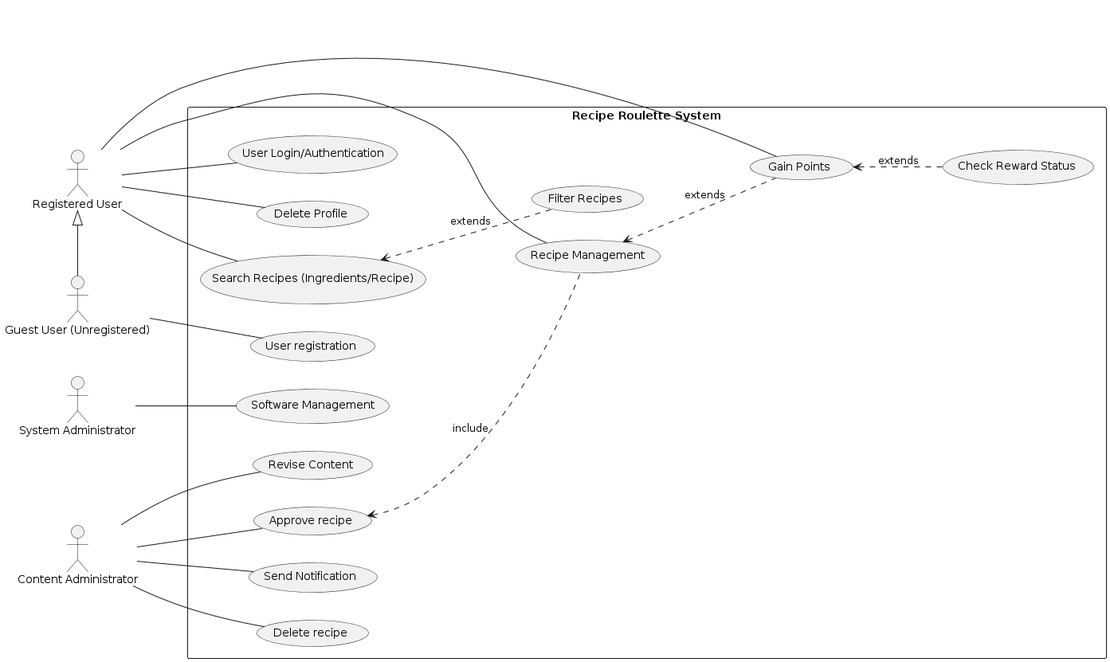
Earlier version of the PlantUML export DIAGRAMS/usecasediagram.png (carmensat/RECIPE-ROULETTE).
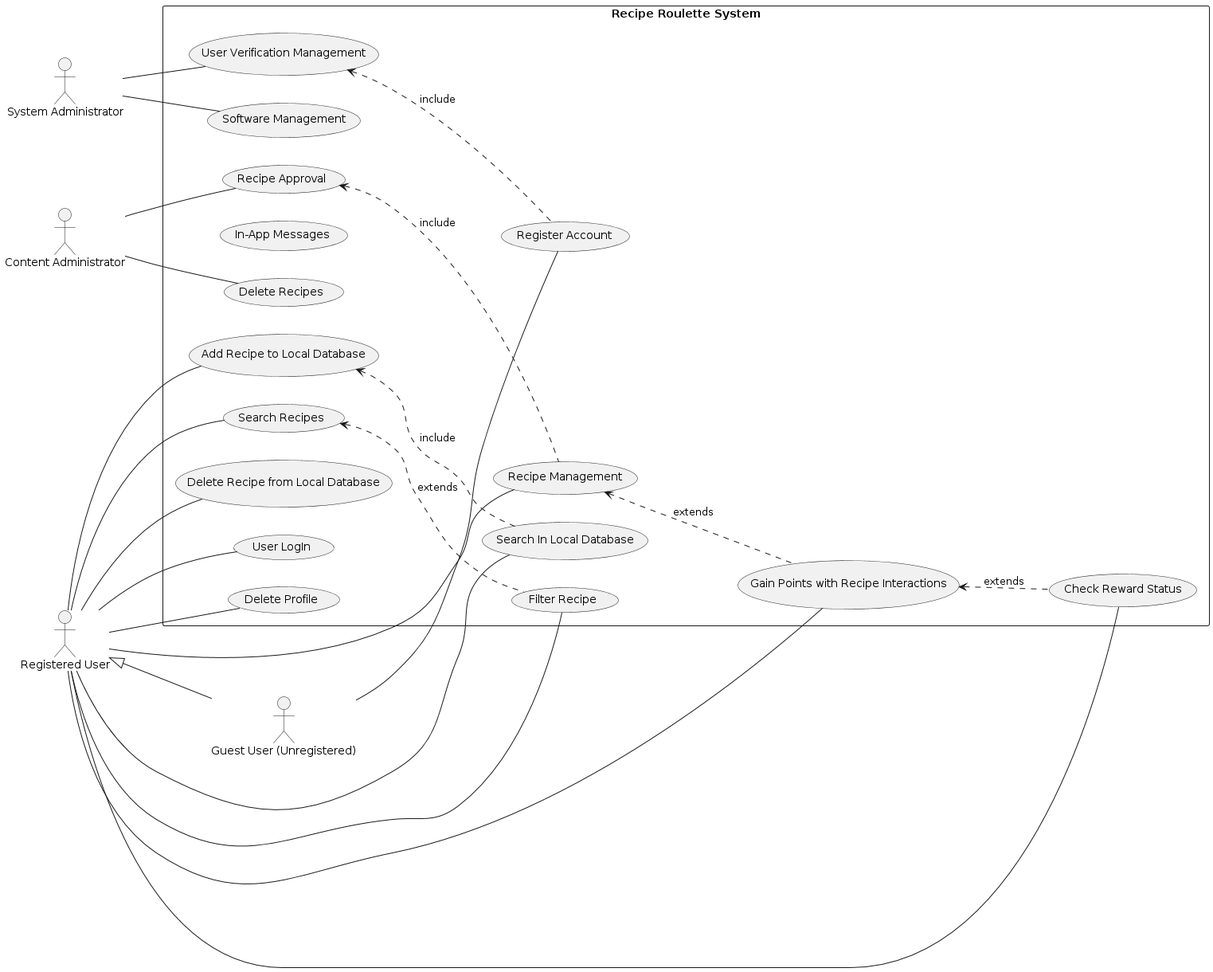
After the change.

The edit, as a diff of the source:
```diff
@@ -8,41 +8,47 @@
 actor "Content Administrator" as Cont
 
 rectangle "Recipe Roulette System" {
-	usecase "User registration" as UC1
-	usecase "User Login/Authentication" as UC2
-	usecase "Delete Profile" as UC3
-	usecase "Search Recipes (Ingredients/Recipe)" as UC4
-	usecase "Filter Recipes" as UC6
-        usecase "Recipe Management" as UC7
-	usecase "Gain Points" as UC8
-	usecase "Check Reward Status " as UC9
-	usecase "Software Management" as UC10
-	usecase "Approve recipe" as UC11
-	usecase "Send Notification " as UC12
-	usecase "Delete recipe" as UC13
-	usecase "Revise Content" as UC14
-
+    usecase "Register Account" as UC1
+    usecase "Search Recipes" as UC2
+    usecase "Recipe Management" as UC3
+    usecase "Gain Points with Recipe Interactions" as UC4
+    usecase "Add Recipe to Local Database" as UC5
+    usecase "Delete Recipe from Local Database" as UC6
+    usecase "Search In Local Database" as UC7
+    usecase "Recipe Approval" as UC8
+    usecase "Filter Recipe" as UC9
+    usecase "User Verification Management" as UC10
+    usecase "Software Management" as UC11
+    usecase "In-App Messages" as UC12
+    usecase "Check Reward Status" as UC13
+    usecase "User LogIn" as UC14
+    usecase "Delete Profile" as UC15
+    usecase "Delete Recipes" as UC16
 }
 
-
+Registered <|- Guest
 Guest -- UC1
-Registered <|- Guest
-
-Registered -- UC4
+Registered -- UC14
 Registered -- UC2
 Registered -- UC3
+Registered -- UC4
+Registered -- UC5
+Registered -- UC6
 Registered -- UC7
-Registered -- UC8
+Registered -- UC9
+Registered -- UC13
+Registered -- UC15
 
+Admin -- UC11
 Admin -- UC10
 
-Cont -- UC11
-Cont -- UC12
-Cont -- UC13
-Cont -- UC14
+Cont -- UC8
+Cont -- UC16
 
-UC6 .u.> UC4 : extends
-UC9 .u.> UC8 : extends
-UC7 .u.> UC11 : include
-UC8 .u.> UC7 : extends
+UC9 .u.> UC2 : extends
+UC4 .u.> UC3 : extends
+UC7 .u.> UC5 : include
+UC3 .u.> UC8 : include
+UC13 .u.> UC4 : extends
+UC1 .u.> UC10 : include
 @enduml
```
